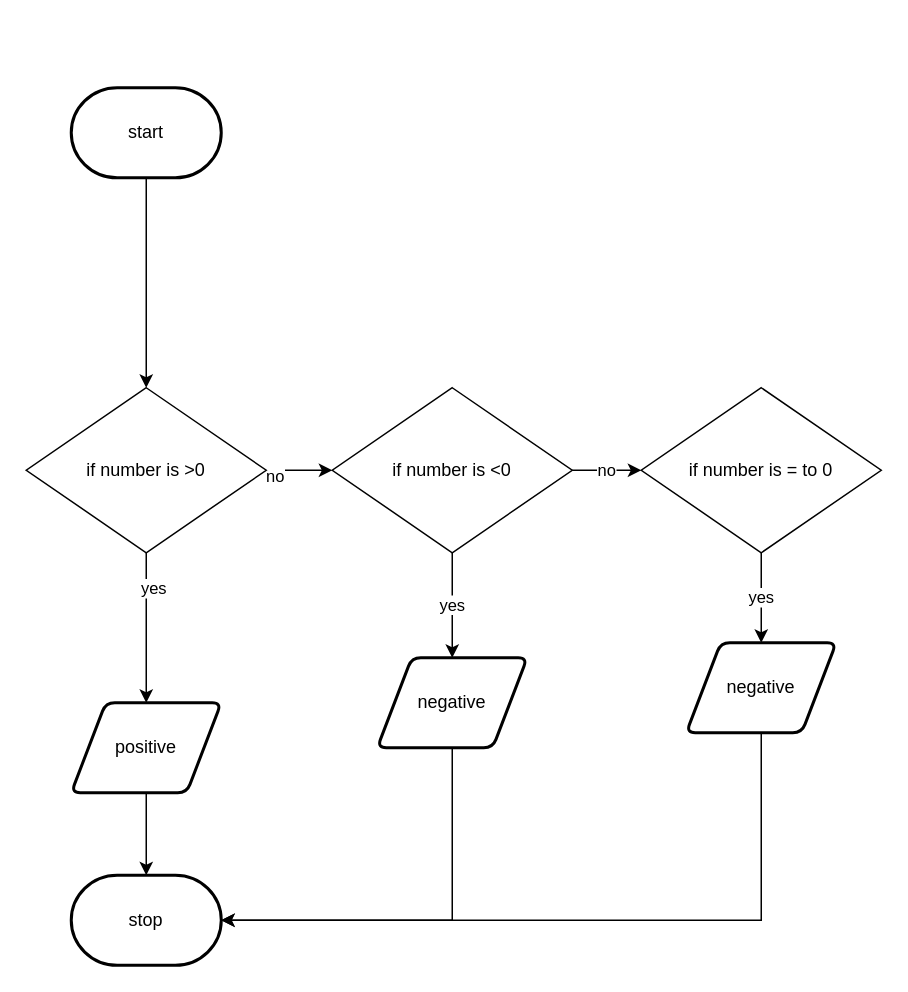
Above: flow.drawio in devin-jhu/ICS3U-Unit3-04-Python (draw.io), before the change. Source tidied: cells renumbered, new cells numbered last; positions are measured from the earlier drawing's top-left corner, leaving out a move shared by most shapes. Both pictures are drawn from the tidied source at 150%, with x=0, y=0 at pixel (26, 87).
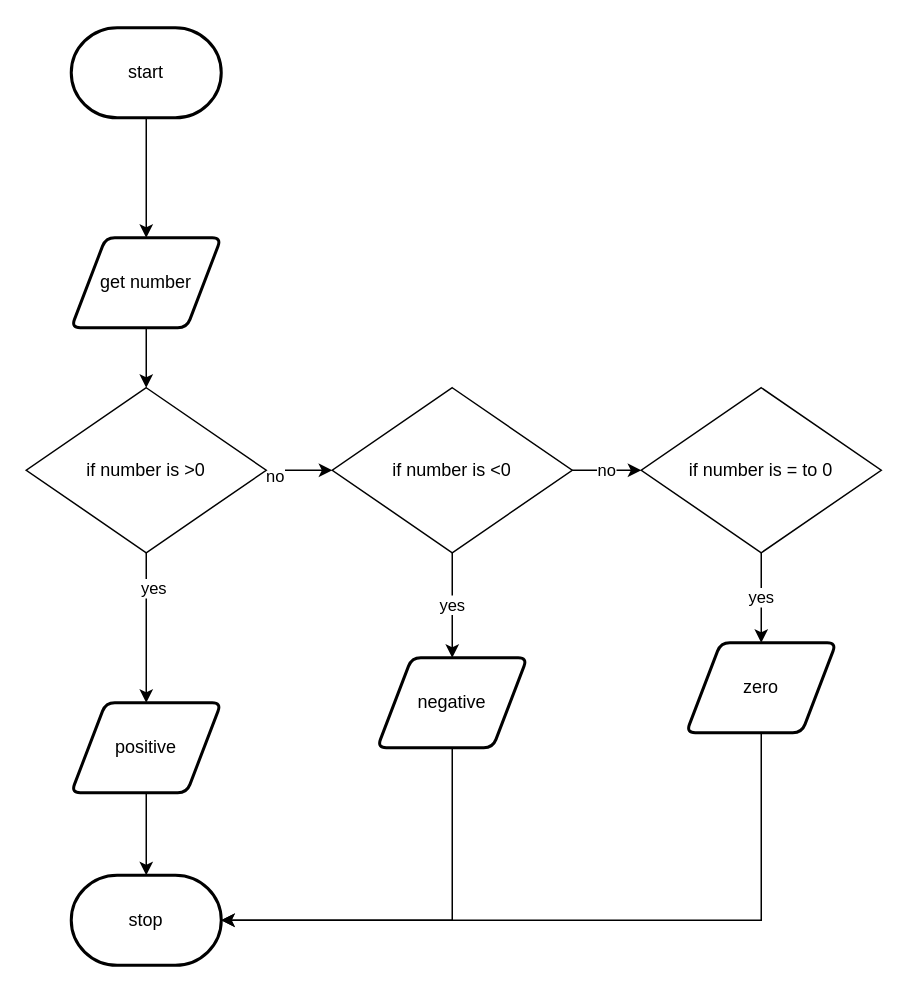
Above is the later version.

The change refers to these unchanged cells:
```xml
<mxCell id="13" value="&lt;span&gt;if number is &amp;gt;0&lt;/span&gt;" style="rhombus;whiteSpace=wrap;html=1;" parent="1" vertex="1">
  <mxGeometry y="200" width="160" height="110" as="geometry" />
</mxCell>
```

The edit, as a diff of the source:
```diff
@@
-    <mxCell id="2" style="edgeStyle=none;html=1;exitX=0.5;exitY=1;exitDx=0;exitDy=0;exitPerimeter=0;entryX=0.5;entryY=0;entryDx=0;entryDy=0;" parent="1" edge="1" source="3" target="13">
-      <mxGeometry relative="1" as="geometry" />
-    </mxCell>
+    <mxCell id="21" style="edgeStyle=none;html=1;exitX=0.5;exitY=1;exitDx=0;exitDy=0;exitPerimeter=0;entryX=0.5;entryY=0;entryDx=0;entryDy=0;" parent="1" edge="1" source="3" target="23">
+      <mxGeometry relative="1" as="geometry" />
+    </mxCell>
     <mxCell id="3" value="start" style="strokeWidth=2;html=1;shape=mxgraph.flowchart.terminator;whiteSpace=wrap;" parent="1" vertex="1">
-      <mxGeometry x="30" width="100" height="60" as="geometry" />
+      <mxGeometry x="30" y="-40" width="100" height="60" as="geometry" />
     </mxCell>
@@
-    <mxCell id="20" value="negative" style="shape=parallelogram;html=1;strokeWidth=2;perimeter=parallelogramPerimeter;whiteSpace=wrap;rounded=1;arcSize=12;size=0.23;" parent="1" vertex="1">
+    <mxCell id="20" value="zero" style="shape=parallelogram;html=1;strokeWidth=2;perimeter=parallelogramPerimeter;whiteSpace=wrap;rounded=1;arcSize=12;size=0.23;" parent="1" vertex="1">
       <mxGeometry x="440" y="370" width="100" height="60" as="geometry" />
     </mxCell>
+    <mxCell id="22" style="edgeStyle=none;html=1;exitX=0.5;exitY=1;exitDx=0;exitDy=0;" parent="1" edge="1" source="23" target="13">
+      <mxGeometry relative="1" as="geometry" />
+    </mxCell>
+    <mxCell id="23" value="get number" style="shape=parallelogram;html=1;strokeWidth=2;perimeter=parallelogramPerimeter;whiteSpace=wrap;rounded=1;arcSize=12;size=0.23;" parent="1" vertex="1">
+      <mxGeometry x="30" y="100" width="100" height="60" as="geometry" />
+    </mxCell>
```
